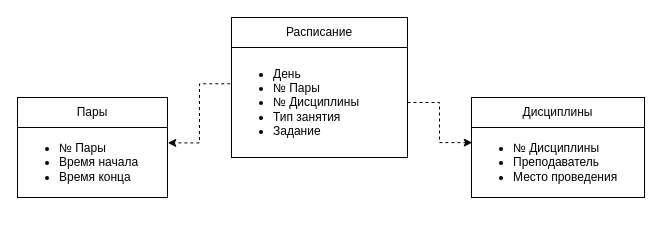
DanteMoren/Eye_of_STAROSTA keeps this draw.io diagram as Database/Schema.dio. Above is the earlier version. Source tidied: cells renumbered, new cells numbered last; positions are measured from the earlier drawing's top-left corner, leaving out a move shared by most shapes. Both pictures are drawn from the tidied source at 100%, with x=0, y=0 at pixel (17, 17).
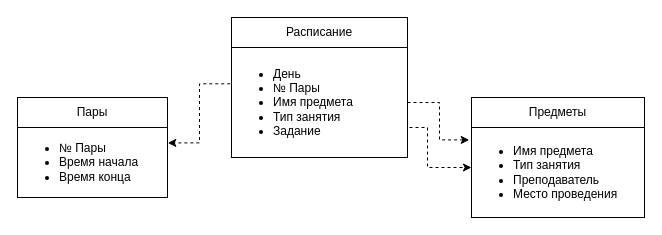
After the change.

The edit, as a diff of the source:
```diff
@@
 <mxGraphModel>
   <root>
     <mxCell id="0" />
     <mxCell id="1" parent="0" />
-    <mxCell id="2" style="edgeStyle=orthogonalEdgeStyle;rounded=0;jettySize=auto;html=1;entryX=0.004;entryY=0.216;entryDx=0;entryDy=0;entryPerimeter=0;exitX=1;exitY=0.5;exitDx=0;exitDy=0;dashed=1;" parent="1" edge="1" source="4" target="8">
+    <mxCell id="2" style="edgeStyle=orthogonalEdgeStyle;rounded=0;jettySize=auto;html=1;entryX=-0.013;entryY=0.138;entryDx=0;entryDy=0;entryPerimeter=0;exitX=1;exitY=0.5;exitDx=0;exitDy=0;dashed=1;" parent="1" edge="1" source="4" target="8">
       <mxGeometry relative="1" as="geometry" />
     </mxCell>
     <mxCell id="3" style="edgeStyle=orthogonalEdgeStyle;rounded=0;jettySize=auto;html=1;entryX=1.002;entryY=0.22;entryDx=0;entryDy=0;entryPerimeter=0;dashed=1;exitX=-0.007;exitY=0.33;exitDx=0;exitDy=0;exitPerimeter=0;" parent="1" edge="1" source="4" target="6">
       <mxGeometry relative="1" as="geometry" />
     </mxCell>
-    <mxCell id="4" value="&lt;ul&gt;&lt;li&gt;&lt;span&gt;День&lt;/span&gt;&lt;/li&gt;&lt;li&gt;&lt;span&gt;№ Пары&lt;/span&gt;&lt;/li&gt;&lt;li&gt;&lt;span&gt;№ Дисциплины&lt;/span&gt;&lt;/li&gt;&lt;li&gt;&lt;span&gt;Тип занятия&lt;/span&gt;&lt;/li&gt;&lt;li&gt;&lt;span&gt;Задание&lt;/span&gt;&lt;/li&gt;&lt;/ul&gt;" style="rounded=0;whiteSpace=wrap;html=1;align=left;verticalAlign=middle;" parent="1" vertex="1">
+    <mxCell id="4" value="&lt;ul&gt;&lt;li&gt;&lt;span&gt;День&lt;/span&gt;&lt;/li&gt;&lt;li&gt;&lt;span&gt;№ Пары&lt;/span&gt;&lt;/li&gt;&lt;li&gt;&lt;span&gt;Имя предмета&lt;/span&gt;&lt;/li&gt;&lt;li&gt;&lt;span&gt;Тип занятия&lt;/span&gt;&lt;/li&gt;&lt;li&gt;&lt;span&gt;Задание&lt;/span&gt;&lt;/li&gt;&lt;/ul&gt;" style="rounded=0;whiteSpace=wrap;html=1;align=left;verticalAlign=middle;" parent="1" vertex="1">
       <mxGeometry x="214" y="30" width="176" height="110" as="geometry" />
     </mxCell>
     <mxCell id="5" value="Расписание" style="rounded=0;whiteSpace=wrap;html=1;align=center;verticalAlign=middle;" parent="1" vertex="1">
       <mxGeometry x="214" width="176" height="30" as="geometry" />
     </mxCell>
     <mxCell id="6" value="&lt;ul&gt;&lt;li&gt;№ Пары&lt;/li&gt;&lt;li&gt;Время начала&lt;/li&gt;&lt;li&gt;Время конца&lt;/li&gt;&lt;/ul&gt;" style="rounded=0;whiteSpace=wrap;html=1;align=left;verticalAlign=middle;" parent="1" vertex="1">
       <mxGeometry y="110" width="150" height="70" as="geometry" />
     </mxCell>
     <mxCell id="7" value="Пары" style="rounded=0;whiteSpace=wrap;html=1;align=center;verticalAlign=middle;" parent="1" vertex="1">
       <mxGeometry y="80" width="150" height="30" as="geometry" />
     </mxCell>
-    <mxCell id="8" value="&lt;ul&gt;&lt;li&gt;№ Дисциплины&lt;/li&gt;&lt;li&gt;Преподаватель&lt;/li&gt;&lt;li&gt;Место проведения&lt;/li&gt;&lt;/ul&gt;" style="rounded=0;whiteSpace=wrap;html=1;align=left;verticalAlign=middle;" parent="1" vertex="1">
-      <mxGeometry x="454" y="110" width="173" height="70" as="geometry" />
+    <mxCell id="8" value="&lt;ul&gt;&lt;li&gt;Имя предмета&lt;/li&gt;&lt;li&gt;Тип занятия&lt;/li&gt;&lt;li&gt;Преподаватель&lt;/li&gt;&lt;li&gt;Место проведения&lt;/li&gt;&lt;/ul&gt;" style="rounded=0;whiteSpace=wrap;html=1;align=left;verticalAlign=middle;" parent="1" vertex="1">
+      <mxGeometry x="454" y="110" width="173" height="90" as="geometry" />
     </mxCell>
-    <mxCell id="9" value="Дисциплины" style="rounded=0;whiteSpace=wrap;html=1;align=center;verticalAlign=middle;" parent="1" vertex="1">
+    <mxCell id="9" value="Предметы" style="rounded=0;whiteSpace=wrap;html=1;align=center;verticalAlign=middle;" parent="1" vertex="1">
       <mxGeometry x="454" y="80" width="173" height="30" as="geometry" />
     </mxCell>
+    <mxCell id="10" style="edgeStyle=orthogonalEdgeStyle;rounded=0;orthogonalLoop=1;jettySize=auto;html=1;dashed=1;" parent="1" edge="1">
+      <mxGeometry relative="1" as="geometry">
+        <mxPoint x="392" y="110" as="sourcePoint" />
+        <mxPoint x="454" y="150" as="targetPoint" />
+        <Array as="points">
+          <mxPoint x="410" y="110" />
+          <mxPoint x="410" y="150" />
+          <mxPoint x="454" y="150" />
+        </Array>
+      </mxGeometry>
+    </mxCell>
   </root>
 </mxGraphModel>
```
